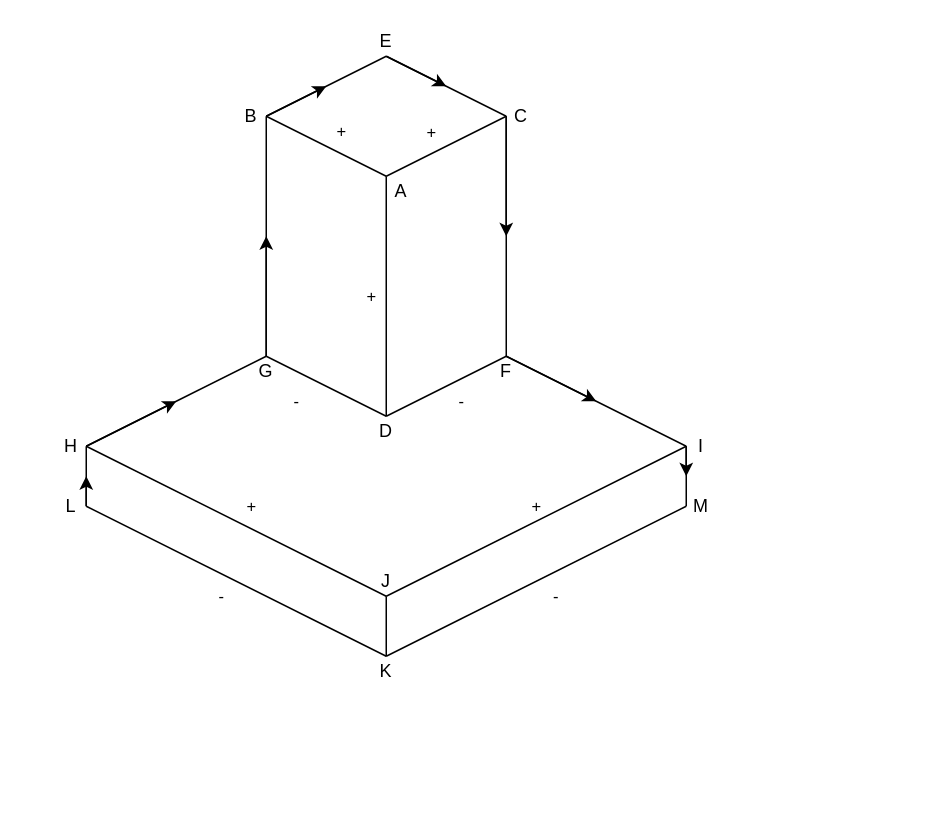
Earlier version of the draw.io diagram docs/images/chapter17/fig-17-09.drawio (norvig/paip-lisp). Source tidied: cells renumbered, new cells numbered last; positions are measured from the earlier drawing's top-left corner, leaving out a move shared by most shapes. Both pictures are drawn from the tidied source at 150%, with x=0, y=0 at pixel (56, 26).
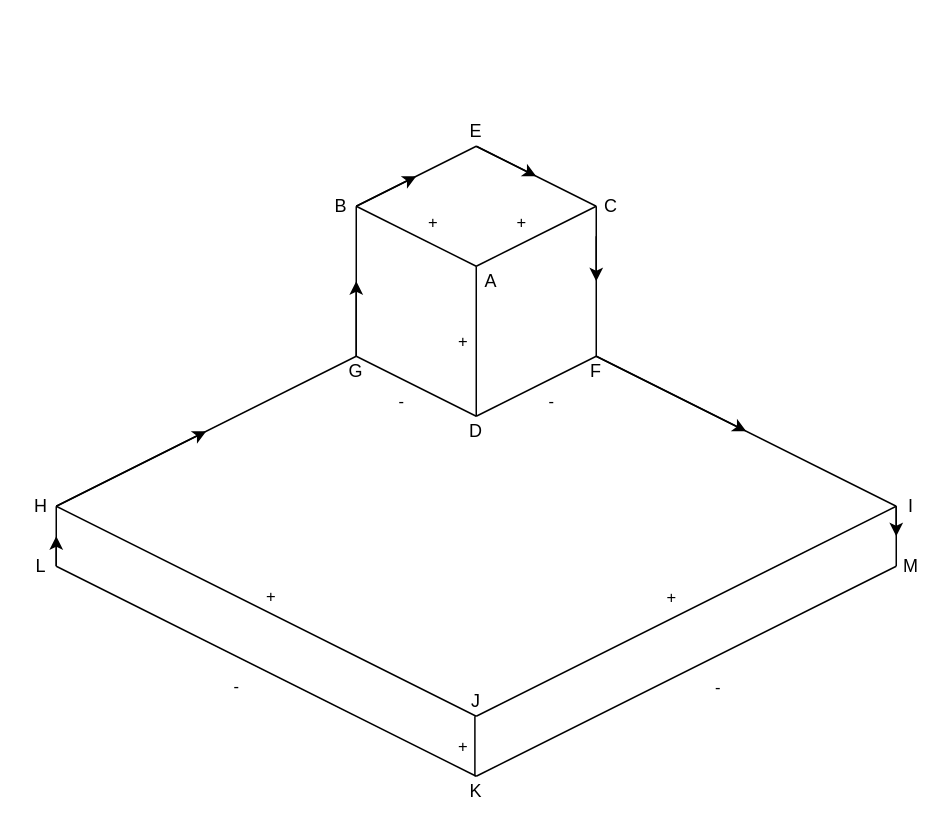
The same page after the edit.

Change to the diagram source:
```diff
@@
-    <mxCell id="2" style="endArrow=none;html=1;rounded=0;" parent="1" edge="1">
-      <mxGeometry relative="1" as="geometry">
-        <mxPoint x="140" y="60" as="sourcePoint" />
-        <mxPoint x="220" y="20" as="targetPoint" />
-      </mxGeometry>
-    </mxCell>
-    <mxCell id="3" style="endArrow=none;html=1;rounded=0;" parent="1" edge="1">
-      <mxGeometry relative="1" as="geometry">
-        <mxPoint x="220" y="100" as="sourcePoint" />
-        <mxPoint x="300" y="60" as="targetPoint" />
-      </mxGeometry>
-    </mxCell>
-    <mxCell id="4" value="+" style="edgeLabel;html=1;align=center;verticalAlign=middle;" parent="3" vertex="1">
-      <mxGeometry x="-0.23" y="2" relative="1" as="geometry">
-        <mxPoint y="-13" as="offset" />
-      </mxGeometry>
-    </mxCell>
-    <mxCell id="5" value="+" style="endArrow=none;html=1;rounded=0;" parent="1" edge="1">
-      <mxGeometry x="0.1" y="13" relative="1" as="geometry">
-        <mxPoint x="140" y="60" as="sourcePoint" />
-        <mxPoint x="220" y="100" as="targetPoint" />
-      </mxGeometry>
-    </mxCell>
-    <mxCell id="6" style="endArrow=none;html=1;rounded=0;" parent="1" edge="1">
-      <mxGeometry relative="1" as="geometry">
-        <mxPoint x="220" y="20" as="sourcePoint" />
-        <mxPoint x="300" y="60" as="targetPoint" />
-      </mxGeometry>
-    </mxCell>
-    <mxCell id="7" style="endArrow=none;html=1;rounded=0;" parent="1" edge="1">
-      <mxGeometry relative="1" as="geometry">
-        <mxPoint x="140" y="220" as="sourcePoint" />
-        <mxPoint x="140" y="60" as="targetPoint" />
-      </mxGeometry>
-    </mxCell>
-    <mxCell id="8" style="endArrow=none;html=1;rounded=0;" parent="1" edge="1">
-      <mxGeometry relative="1" as="geometry">
-        <mxPoint x="140" y="220" as="sourcePoint" />
-        <mxPoint x="220" y="260" as="targetPoint" />
-      </mxGeometry>
-    </mxCell>
-    <mxCell id="9" value="-" style="edgeLabel;html=1;align=center;verticalAlign=middle;" parent="8" vertex="1">
-      <mxGeometry x="-0.21" y="1" relative="1" as="geometry">
-        <mxPoint x="-12" y="15" as="offset" />
-      </mxGeometry>
-    </mxCell>
-    <mxCell id="10" value="+" style="endArrow=none;html=1;rounded=0;" parent="1" edge="1">
-      <mxGeometry y="10" relative="1" as="geometry">
-        <mxPoint x="220" y="260" as="sourcePoint" />
-        <mxPoint x="220" y="100" as="targetPoint" />
-      </mxGeometry>
-    </mxCell>
-    <mxCell id="11" style="endArrow=none;html=1;rounded=0;" parent="1" edge="1">
-      <mxGeometry relative="1" as="geometry">
-        <mxPoint x="300" y="220" as="sourcePoint" />
-        <mxPoint x="300" y="60" as="targetPoint" />
-      </mxGeometry>
-    </mxCell>
-    <mxCell id="12" value="-" style="endArrow=none;html=1;rounded=0;" parent="1" edge="1">
-      <mxGeometry x="0.1" y="-13" relative="1" as="geometry">
-        <mxPoint x="220" y="260" as="sourcePoint" />
-        <mxPoint x="300" y="220" as="targetPoint" />
-      </mxGeometry>
-    </mxCell>
-    <mxCell id="13" style="endArrow=none;html=1;rounded=0;" parent="1" edge="1">
-      <mxGeometry relative="1" as="geometry">
-        <mxPoint x="20" y="280" as="sourcePoint" />
-        <mxPoint x="140" y="220" as="targetPoint" />
-      </mxGeometry>
-    </mxCell>
-    <mxCell id="14" style="endArrow=none;html=1;rounded=0;" parent="1" edge="1">
-      <mxGeometry relative="1" as="geometry">
-        <mxPoint x="300" y="220" as="sourcePoint" />
-        <mxPoint x="420" y="280" as="targetPoint" />
-      </mxGeometry>
-    </mxCell>
-    <mxCell id="15" value="+" style="endArrow=none;html=1;rounded=0;" parent="1" edge="1">
-      <mxGeometry x="0.04" y="9" relative="1" as="geometry">
-        <mxPoint x="220" y="380" as="sourcePoint" />
-        <mxPoint x="420" y="280" as="targetPoint" />
-      </mxGeometry>
-    </mxCell>
-    <mxCell id="16" value="+" style="endArrow=none;html=1;rounded=0;" parent="1" edge="1">
-      <mxGeometry x="-0.04" y="-13" relative="1" as="geometry">
-        <mxPoint x="220" y="380" as="sourcePoint" />
-        <mxPoint x="20" y="280" as="targetPoint" />
-        <mxPoint y="-1" as="offset" />
-      </mxGeometry>
-    </mxCell>
-    <mxCell id="17" style="endArrow=none;html=1;rounded=0;" parent="1" edge="1">
-      <mxGeometry relative="1" as="geometry">
-        <mxPoint x="220" y="420" as="sourcePoint" />
-        <mxPoint x="420" y="320" as="targetPoint" />
-      </mxGeometry>
-    </mxCell>
-    <mxCell id="18" value="-" style="edgeLabel;html=1;align=center;verticalAlign=middle;" parent="17" vertex="1">
-      <mxGeometry x="0.12" y="-1" relative="1" as="geometry">
-        <mxPoint y="15" as="offset" />
-      </mxGeometry>
-    </mxCell>
-    <mxCell id="19" value="-" style="endArrow=none;html=1;rounded=0;" parent="1" edge="1">
-      <mxGeometry x="0.04" y="13" relative="1" as="geometry">
-        <mxPoint x="220" y="420" as="sourcePoint" />
-        <mxPoint x="20" y="320" as="targetPoint" />
-      </mxGeometry>
-    </mxCell>
-    <mxCell id="20" style="endArrow=none;html=1;rounded=0;" parent="1" edge="1">
-      <mxGeometry relative="1" as="geometry">
-        <mxPoint x="20" y="320" as="sourcePoint" />
-        <mxPoint x="20" y="280" as="targetPoint" />
-      </mxGeometry>
-    </mxCell>
-    <mxCell id="21" style="endArrow=none;html=1;rounded=0;" parent="1" edge="1">
-      <mxGeometry relative="1" as="geometry">
-        <mxPoint x="220" y="420" as="sourcePoint" />
-        <mxPoint x="220" y="380" as="targetPoint" />
-      </mxGeometry>
-    </mxCell>
-    <mxCell id="22" style="endArrow=none;html=1;rounded=0;" parent="1" edge="1">
-      <mxGeometry relative="1" as="geometry">
-        <mxPoint x="420" y="320" as="sourcePoint" />
-        <mxPoint x="420" y="280" as="targetPoint" />
-      </mxGeometry>
-    </mxCell>
+    <mxCell id="44" style="endArrow=none;html=1;rounded=0;" parent="1" edge="1">
+      <mxGeometry relative="1" as="geometry">
+        <mxPoint x="200" y="120" as="sourcePoint" />
+        <mxPoint x="280" y="80" as="targetPoint" />
+      </mxGeometry>
+    </mxCell>
+    <mxCell id="45" style="endArrow=none;html=1;rounded=0;" parent="1" edge="1">
+      <mxGeometry relative="1" as="geometry">
+        <mxPoint x="280" y="160" as="sourcePoint" />
+        <mxPoint x="360" y="120" as="targetPoint" />
+      </mxGeometry>
+    </mxCell>
+    <mxCell id="46" value="+" style="edgeLabel;html=1;align=center;verticalAlign=middle;" parent="45" vertex="1">
+      <mxGeometry x="-0.01" y="-1" relative="1" as="geometry">
+        <mxPoint x="-10" y="-11" as="offset" />
+      </mxGeometry>
+    </mxCell>
+    <mxCell id="47" style="endArrow=none;html=1;rounded=0;" parent="1" edge="1">
+      <mxGeometry relative="1" as="geometry">
+        <mxPoint x="200" y="120" as="sourcePoint" />
+        <mxPoint x="280" y="160" as="targetPoint" />
+      </mxGeometry>
+    </mxCell>
+    <mxCell id="48" value="+" style="edgeLabel;html=1;align=center;verticalAlign=middle;" parent="47" vertex="1">
+      <mxGeometry x="0.05" relative="1" as="geometry">
+        <mxPoint x="8" y="-11" as="offset" />
+      </mxGeometry>
+    </mxCell>
+    <mxCell id="49" style="endArrow=none;html=1;rounded=0;" parent="1" edge="1">
+      <mxGeometry relative="1" as="geometry">
+        <mxPoint x="280" y="80" as="sourcePoint" />
+        <mxPoint x="360" y="120" as="targetPoint" />
+      </mxGeometry>
+    </mxCell>
+    <mxCell id="50" style="endArrow=none;html=1;rounded=0;" parent="1" edge="1">
+      <mxGeometry relative="1" as="geometry">
+        <mxPoint x="200" y="220" as="sourcePoint" />
+        <mxPoint x="200" y="120" as="targetPoint" />
+        <Array as="points">
+          <mxPoint x="200" y="180" />
+        </Array>
+      </mxGeometry>
+    </mxCell>
+    <mxCell id="51" value="-" style="endArrow=none;html=1;rounded=0;" parent="1" edge="1">
+      <mxGeometry x="-0.1" y="-13" relative="1" as="geometry">
+        <mxPoint x="200" y="220" as="sourcePoint" />
+        <mxPoint x="280" y="260" as="targetPoint" />
+      </mxGeometry>
+    </mxCell>
+    <mxCell id="52" style="endArrow=none;html=1;rounded=0;entryX=0;entryY=0;entryDx=0;entryDy=0;" parent="1" edge="1" target="25">
+      <mxGeometry relative="1" as="geometry">
+        <mxPoint x="280" y="260" as="sourcePoint" />
+      </mxGeometry>
+    </mxCell>
+    <mxCell id="53" value="+" style="edgeLabel;html=1;align=center;verticalAlign=middle;" parent="52" vertex="1">
+      <mxGeometry x="0.03" y="2" relative="1" as="geometry">
+        <mxPoint x="-8" y="1" as="offset" />
+      </mxGeometry>
+    </mxCell>
+    <mxCell id="54" style="endArrow=none;html=1;rounded=0;" parent="1" edge="1">
+      <mxGeometry relative="1" as="geometry">
+        <mxPoint x="360" y="220" as="sourcePoint" />
+        <mxPoint x="360" y="120" as="targetPoint" />
+      </mxGeometry>
+    </mxCell>
+    <mxCell id="55" value="-" style="endArrow=none;html=1;rounded=0;" parent="1" edge="1">
+      <mxGeometry x="0.1" y="-13" relative="1" as="geometry">
+        <mxPoint x="280" y="260" as="sourcePoint" />
+        <mxPoint x="360" y="220" as="targetPoint" />
+      </mxGeometry>
+    </mxCell>
+    <mxCell id="56" style="endArrow=none;html=1;rounded=0;exitX=1;exitY=0.5;exitDx=0;exitDy=0;" parent="1" edge="1" source="30">
+      <mxGeometry relative="1" as="geometry">
+        <mxPoint x="200" y="220" as="targetPoint" />
+      </mxGeometry>
+    </mxCell>
+    <mxCell id="57" style="endArrow=none;html=1;rounded=0;" parent="1" edge="1">
+      <mxGeometry relative="1" as="geometry">
+        <mxPoint x="360" y="220" as="sourcePoint" />
+        <mxPoint x="560" y="320" as="targetPoint" />
+      </mxGeometry>
+    </mxCell>
+    <mxCell id="58" style="endArrow=none;html=1;rounded=0;entryX=0;entryY=0.5;entryDx=0;entryDy=0;" parent="1" edge="1" target="34">
+      <mxGeometry relative="1" as="geometry">
+        <mxPoint x="280" y="460" as="sourcePoint" />
+      </mxGeometry>
+    </mxCell>
+    <mxCell id="59" value="+" style="edgeLabel;html=1;align=center;verticalAlign=middle;" parent="58" vertex="1">
+      <mxGeometry x="-0.02" y="1" relative="1" as="geometry">
+        <mxPoint x="-7" y="-10" as="offset" />
+      </mxGeometry>
+    </mxCell>
+    <mxCell id="60" style="endArrow=none;html=1;rounded=0;entryX=1;entryY=0.5;entryDx=0;entryDy=0;" parent="1" edge="1" target="30">
+      <mxGeometry relative="1" as="geometry">
+        <mxPoint x="280" y="460" as="sourcePoint" />
+      </mxGeometry>
+    </mxCell>
+    <mxCell id="61" value="+" style="edgeLabel;html=1;align=center;verticalAlign=middle;" parent="60" vertex="1">
+      <mxGeometry x="-0.01" y="-3" relative="1" as="geometry">
+        <mxPoint y="-8" as="offset" />
+      </mxGeometry>
+    </mxCell>
+    <mxCell id="62" style="endArrow=none;html=1;rounded=0;" parent="1" edge="1">
+      <mxGeometry relative="1" as="geometry">
+        <mxPoint x="280" y="500" as="sourcePoint" />
+        <mxPoint x="560" y="360" as="targetPoint" />
+      </mxGeometry>
+    </mxCell>
+    <mxCell id="63" value="-" style="edgeLabel;html=1;align=center;verticalAlign=middle;" parent="62" vertex="1">
+      <mxGeometry x="0.11" y="3" relative="1" as="geometry">
+        <mxPoint x="6" y="21" as="offset" />
+      </mxGeometry>
+    </mxCell>
+    <mxCell id="64" style="endArrow=none;html=1;rounded=0;" parent="1" edge="1">
+      <mxGeometry relative="1" as="geometry">
+        <mxPoint x="280" y="500" as="sourcePoint" />
+        <mxPoint y="360" as="targetPoint" />
+      </mxGeometry>
+    </mxCell>
+    <mxCell id="65" value="-" style="edgeLabel;html=1;align=center;verticalAlign=middle;" parent="64" vertex="1">
+      <mxGeometry x="0.06" y="-1" relative="1" as="geometry">
+        <mxPoint x="-12" y="15" as="offset" />
+      </mxGeometry>
+    </mxCell>
+    <mxCell id="66" style="endArrow=none;html=1;rounded=0;" parent="1" edge="1">
+      <mxGeometry relative="1" as="geometry">
+        <mxPoint y="360" as="sourcePoint" />
+        <mxPoint y="320" as="targetPoint" />
+      </mxGeometry>
+    </mxCell>
+    <mxCell id="67" style="endArrow=none;html=1;rounded=0;" parent="1" edge="1">
+      <mxGeometry relative="1" as="geometry">
+        <mxPoint x="279.1" y="500" as="sourcePoint" />
+        <mxPoint x="279.1" y="460" as="targetPoint" />
+      </mxGeometry>
+    </mxCell>
+    <mxCell id="68" value="+" style="edgeLabel;html=1;align=center;verticalAlign=middle;" parent="67" vertex="1">
+      <mxGeometry x="0.05" relative="1" as="geometry">
+        <mxPoint x="-9" as="offset" />
+      </mxGeometry>
+    </mxCell>
+    <mxCell id="69" style="endArrow=none;html=1;rounded=0;" parent="1" edge="1">
+      <mxGeometry relative="1" as="geometry">
+        <mxPoint x="560" y="360" as="sourcePoint" />
+        <mxPoint x="560" y="320" as="targetPoint" />
+      </mxGeometry>
+    </mxCell>
     <mxCell id="23" value="E" style="text;html=1;strokeColor=none;fillColor=none;align=center;verticalAlign=middle;whiteSpace=wrap;rounded=0;" parent="1" vertex="1">
-      <mxGeometry x="210" width="20" height="20" as="geometry" />
+      <mxGeometry x="270" y="60" width="20" height="20" as="geometry" />
     </mxCell>
     <mxCell id="24" value="C" style="text;html=1;strokeColor=none;fillColor=none;align=center;verticalAlign=middle;whiteSpace=wrap;rounded=0;" parent="1" vertex="1">
-      <mxGeometry x="300" y="50" width="20" height="20" as="geometry" />
+      <mxGeometry x="360" y="110" width="20" height="20" as="geometry" />
     </mxCell>
     <mxCell id="25" value="A" style="text;html=1;strokeColor=none;fillColor=none;align=center;verticalAlign=middle;whiteSpace=wrap;rounded=0;" parent="1" vertex="1">
-      <mxGeometry x="220" y="100" width="20" height="20" as="geometry" />
+      <mxGeometry x="280" y="160" width="20" height="20" as="geometry" />
     </mxCell>
     <mxCell id="26" value="B" style="text;html=1;strokeColor=none;fillColor=none;align=center;verticalAlign=middle;whiteSpace=wrap;rounded=0;" parent="1" vertex="1">
-      <mxGeometry x="120" y="50" width="20" height="20" as="geometry" />
+      <mxGeometry x="180" y="110" width="20" height="20" as="geometry" />
     </mxCell>
     <mxCell id="27" value="G" style="text;html=1;strokeColor=none;fillColor=none;align=center;verticalAlign=middle;whiteSpace=wrap;rounded=0;" parent="1" vertex="1">
-      <mxGeometry x="130" y="220" width="20" height="20" as="geometry" />
+      <mxGeometry x="190" y="220" width="20" height="20" as="geometry" />
     </mxCell>
     <mxCell id="28" value="D" style="text;html=1;strokeColor=none;fillColor=none;align=center;verticalAlign=middle;whiteSpace=wrap;rounded=0;" parent="1" vertex="1">
-      <mxGeometry x="210" y="260" width="20" height="20" as="geometry" />
+      <mxGeometry x="270" y="260" width="20" height="20" as="geometry" />
     </mxCell>
     <mxCell id="29" value="F" style="text;html=1;strokeColor=none;fillColor=none;align=center;verticalAlign=middle;whiteSpace=wrap;rounded=0;" parent="1" vertex="1">
-      <mxGeometry x="290" y="220" width="20" height="20" as="geometry" />
+      <mxGeometry x="350" y="220" width="20" height="20" as="geometry" />
     </mxCell>
     <mxCell id="30" value="H" style="text;html=1;strokeColor=none;fillColor=none;align=center;verticalAlign=middle;whiteSpace=wrap;rounded=0;" parent="1" vertex="1">
-      <mxGeometry y="270" width="20" height="20" as="geometry" />
+      <mxGeometry x="-20" y="310" width="20" height="20" as="geometry" />
     </mxCell>
     <mxCell id="31" value="L" style="text;html=1;strokeColor=none;fillColor=none;align=center;verticalAlign=middle;whiteSpace=wrap;rounded=0;" parent="1" vertex="1">
-      <mxGeometry y="310" width="20" height="20" as="geometry" />
+      <mxGeometry x="-20" y="350" width="20" height="20" as="geometry" />
     </mxCell>
     <mxCell id="32" value="J" style="text;html=1;strokeColor=none;fillColor=none;align=center;verticalAlign=middle;whiteSpace=wrap;rounded=0;" parent="1" vertex="1">
-      <mxGeometry x="210" y="360" width="20" height="20" as="geometry" />
+      <mxGeometry x="270" y="440" width="20" height="20" as="geometry" />
     </mxCell>
     <mxCell id="33" value="K" style="text;html=1;strokeColor=none;fillColor=none;align=center;verticalAlign=middle;whiteSpace=wrap;rounded=0;" parent="1" vertex="1">
-      <mxGeometry x="210" y="420" width="20" height="20" as="geometry" />
+      <mxGeometry x="270" y="500" width="20" height="20" as="geometry" />
     </mxCell>
     <mxCell id="34" value="I" style="text;html=1;strokeColor=none;fillColor=none;align=center;verticalAlign=middle;whiteSpace=wrap;rounded=0;" parent="1" vertex="1">
-      <mxGeometry x="420" y="270" width="20" height="20" as="geometry" />
+      <mxGeometry x="560" y="310" width="20" height="20" as="geometry" />
     </mxCell>
     <mxCell id="35" value="M" style="text;html=1;strokeColor=none;fillColor=none;align=center;verticalAlign=middle;whiteSpace=wrap;rounded=0;" parent="1" vertex="1">
-      <mxGeometry x="420" y="310" width="20" height="20" as="geometry" />
+      <mxGeometry x="560" y="350" width="20" height="20" as="geometry" />
     </mxCell>
-    <mxCell id="36" style="endArrow=classic;html=1;rounded=0;exitX=0.5;exitY=1;exitDx=0;exitDy=0;" parent="1" edge="1" source="23">
-      <mxGeometry relative="1" as="geometry">
-        <mxPoint x="260" y="40" as="targetPoint" />
-      </mxGeometry>
-    </mxCell>
-    <mxCell id="37" style="endArrow=classic;html=1;rounded=0;exitX=1;exitY=0.5;exitDx=0;exitDy=0;" parent="1" edge="1" source="26">
-      <mxGeometry relative="1" as="geometry">
-        <mxPoint x="180" y="40" as="targetPoint" />
-      </mxGeometry>
-    </mxCell>
-    <mxCell id="38" style="endArrow=classic;html=1;rounded=0;exitX=0.5;exitY=0;exitDx=0;exitDy=0;" parent="1" edge="1" source="27">
-      <mxGeometry relative="1" as="geometry">
-        <mxPoint x="140" y="140" as="targetPoint" />
-      </mxGeometry>
-    </mxCell>
-    <mxCell id="39" style="endArrow=classic;html=1;rounded=0;exitX=0;exitY=0.5;exitDx=0;exitDy=0;" parent="1" edge="1" source="24">
-      <mxGeometry relative="1" as="geometry">
-        <mxPoint x="300" y="140" as="targetPoint" />
-      </mxGeometry>
-    </mxCell>
-    <mxCell id="40" style="endArrow=classic;html=1;rounded=0;exitX=1;exitY=0.5;exitDx=0;exitDy=0;" parent="1" edge="1" source="30">
-      <mxGeometry relative="1" as="geometry">
-        <mxPoint x="80" y="250" as="targetPoint" />
-      </mxGeometry>
-    </mxCell>
-    <mxCell id="41" style="endArrow=classic;html=1;rounded=0;exitX=1;exitY=0.5;exitDx=0;exitDy=0;" parent="1" edge="1" source="31">
-      <mxGeometry relative="1" as="geometry">
-        <mxPoint x="20" y="300" as="targetPoint" />
-      </mxGeometry>
-    </mxCell>
-    <mxCell id="42" style="endArrow=classic;html=1;rounded=0;exitX=0;exitY=0.5;exitDx=0;exitDy=0;" parent="1" edge="1" source="34">
-      <mxGeometry relative="1" as="geometry">
-        <mxPoint x="420" y="300" as="targetPoint" />
-      </mxGeometry>
-    </mxCell>
-    <mxCell id="43" style="endArrow=classic;html=1;rounded=0;exitX=0.5;exitY=0;exitDx=0;exitDy=0;" parent="1" edge="1" source="29">
-      <mxGeometry relative="1" as="geometry">
-        <mxPoint x="360" y="250" as="targetPoint" />
-      </mxGeometry>
-    </mxCell>
+    <mxCell id="70" style="endArrow=classic;html=1;rounded=0;exitX=1;exitY=0.5;exitDx=0;exitDy=0;" parent="1" edge="1" source="31">
+      <mxGeometry relative="1" as="geometry">
+        <mxPoint y="340" as="targetPoint" />
+      </mxGeometry>
+    </mxCell>
+    <mxCell id="71" style="endArrow=classic;html=1;rounded=0;exitX=0;exitY=0.5;exitDx=0;exitDy=0;" parent="1" edge="1" source="34">
+      <mxGeometry relative="1" as="geometry">
+        <mxPoint x="560" y="340" as="targetPoint" />
+      </mxGeometry>
+    </mxCell>
+    <mxCell id="72" style="endArrow=classic;html=1;rounded=0;exitX=1;exitY=0.5;exitDx=0;exitDy=0;" parent="1" edge="1" source="30">
+      <mxGeometry relative="1" as="geometry">
+        <mxPoint x="100" y="270" as="targetPoint" />
+      </mxGeometry>
+    </mxCell>
+    <mxCell id="73" style="endArrow=classic;html=1;rounded=0;" parent="1" edge="1">
+      <mxGeometry relative="1" as="geometry">
+        <mxPoint x="360" y="140" as="sourcePoint" />
+        <mxPoint x="360" y="170" as="targetPoint" />
+      </mxGeometry>
+    </mxCell>
+    <mxCell id="74" style="endArrow=classic;html=1;rounded=0;" parent="1" edge="1">
+      <mxGeometry relative="1" as="geometry">
+        <mxPoint x="200" y="220" as="sourcePoint" />
+        <mxPoint x="200" y="170" as="targetPoint" />
+      </mxGeometry>
+    </mxCell>
+    <mxCell id="75" style="endArrow=classic;html=1;rounded=0;exitX=0.5;exitY=1;exitDx=0;exitDy=0;" parent="1" edge="1" source="23">
+      <mxGeometry relative="1" as="geometry">
+        <mxPoint x="320" y="100" as="targetPoint" />
+      </mxGeometry>
+    </mxCell>
+    <mxCell id="76" style="endArrow=classic;html=1;rounded=0;exitX=1;exitY=0.5;exitDx=0;exitDy=0;" parent="1" edge="1" source="26">
+      <mxGeometry relative="1" as="geometry">
+        <mxPoint x="240" y="100" as="targetPoint" />
+      </mxGeometry>
+    </mxCell>
+    <mxCell id="77" style="endArrow=classic;html=1;rounded=0;exitX=0.5;exitY=0;exitDx=0;exitDy=0;" parent="1" edge="1" source="29">
+      <mxGeometry relative="1" as="geometry">
+        <mxPoint x="460" y="270" as="targetPoint" />
+      </mxGeometry>
+    </mxCell>
```
